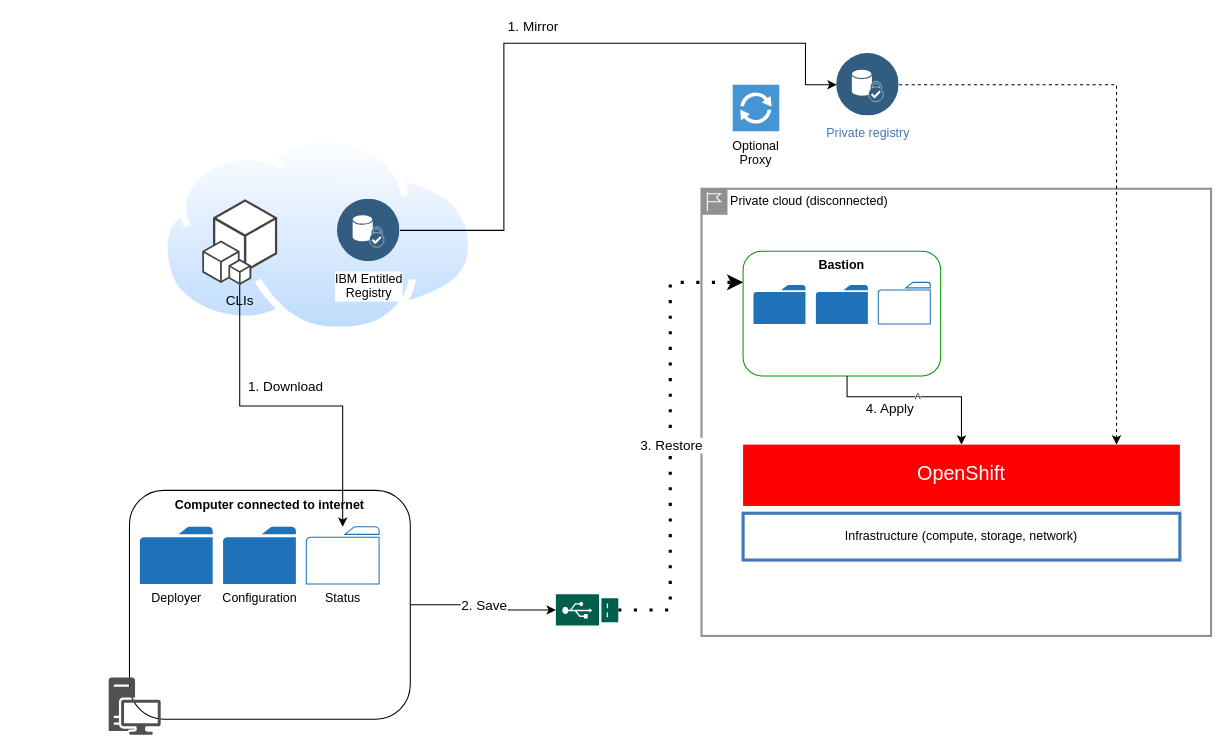
The draw.io diagram page "semi-air-gapped" (2 of 3) of doc/src/pages/advanced/air-gapped-installation/air-gapped-overview.drawio in IBM/cloud-pak-deployer, before the edit. Source tidied: cells renumbered, new cells numbered last; positions are measured from the earlier drawing's top-left corner, leaving out a move shared by most shapes. Both pictures are drawn from the tidied source at 104%, with x=0, y=0 at pixel (108, 43).
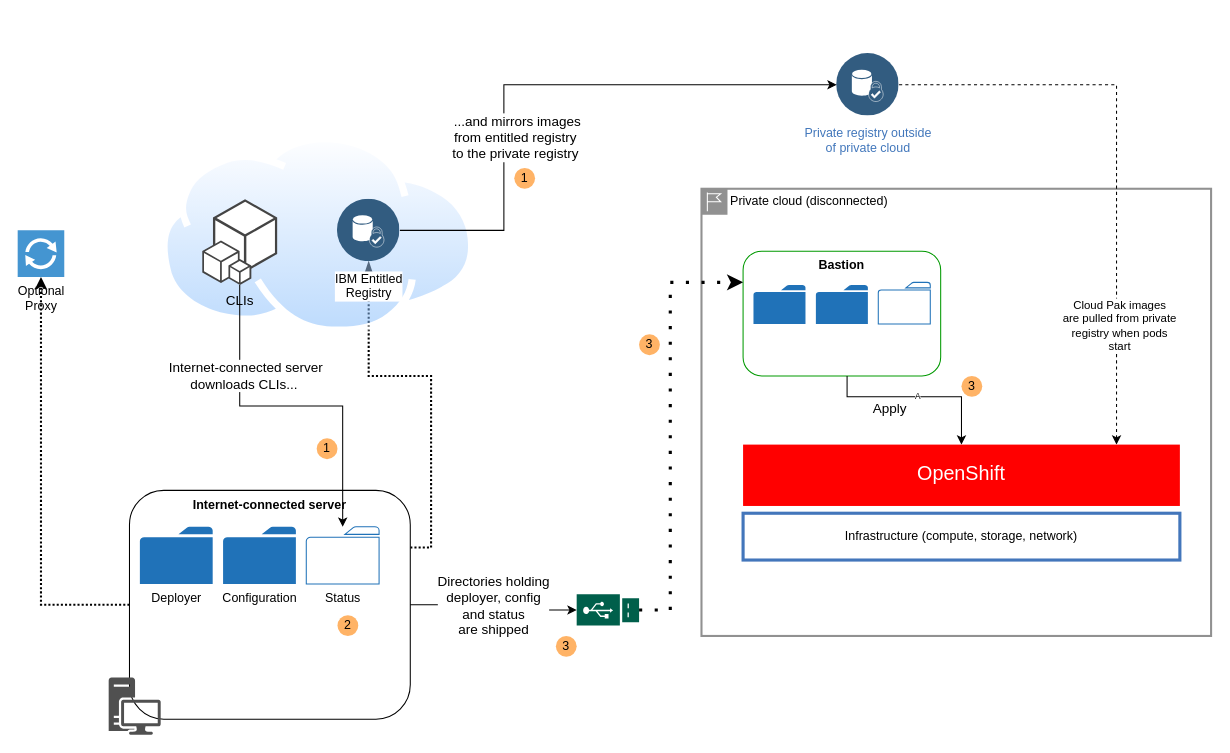
The same diagram, later.

The change refers to these unchanged cells:
```xml
<mxCell id="3" style="edgeStyle=orthogonalEdgeStyle;rounded=0;jettySize=auto;html=1;fontSize=8;dashed=1;exitX=1;exitY=0.5;exitDx=0;exitDy=0;entryX=0.855;entryY=0;entryDx=0;entryDy=0;entryPerimeter=0;" parent="1" edge="1" source="14" target="11">
  <mxGeometry relative="1" as="geometry" />
</mxCell>
<mxCell id="16" value="IBM Entitled&lt;br&gt;Registry" style="perimeter=ellipsePerimeter;align=center;shadow=0;dashed=0;fontColor=default;labelBackgroundColor=none;fontSize=12;spacingTop=3;image;image=img/lib/ibm/data/device_identity_service.svg;rounded=1;strokeColor=#FF0000;fillColor=#99CCFF;html=1;" parent="13" vertex="1">
  <mxGeometry x="220" y="150" width="60" height="60" as="geometry" />
</mxCell>
<mxCell id="24" style="edgeStyle=orthogonalEdgeStyle;rounded=0;jettySize=auto;html=1;fontSize=8;exitX=1;exitY=0.5;exitDx=0;exitDy=0;" parent="17" edge="1" source="18" target="35">
  <mxGeometry relative="1" as="geometry" />
</mxCell>
<mxCell id="26" value="A" style="edgeStyle=orthogonalEdgeStyle;rounded=0;jettySize=auto;html=1;fontSize=8;entryX=0.5;entryY=0;entryDx=0;entryDy=0;" parent="17" edge="1" target="11">
  <mxGeometry relative="1" as="geometry">
    <mxPoint x="710" y="320" as="sourcePoint" />
    <Array as="points">
      <mxPoint x="710" y="340" />
      <mxPoint x="820" y="340" />
    </Array>
  </mxGeometry>
</mxCell>
<mxCell id="31" style="edgeStyle=orthogonalEdgeStyle;rounded=0;jettySize=auto;html=1;fontSize=8;exitX=0.5;exitY=1;exitDx=0;exitDy=0;exitPerimeter=0;" parent="17" edge="1" source="30" target="19">
  <mxGeometry relative="1" as="geometry" />
</mxCell>
<mxCell id="33" style="edgeStyle=orthogonalEdgeStyle;rounded=0;jettySize=auto;html=1;fontSize=8;entryX=0;entryY=0.5;entryDx=0;entryDy=0;dashed=1;dashPattern=1 4;strokeWidth=3;" parent="17" edge="1" source="35">
  <mxGeometry relative="1" as="geometry">
    <mxPoint x="610" y="230" as="targetPoint" />
    <Array as="points">
      <mxPoint x="540" y="545" />
      <mxPoint x="540" y="230" />
    </Array>
  </mxGeometry>
</mxCell>
```

Diff of the diagram source:
```diff
@@
+    <mxCell id="36" value="Cloud Pak images&lt;br&gt;are pulled from private&lt;br&gt;registry when pods&lt;br&gt;start" style="edgeLabel;html=1;align=center;verticalAlign=middle;" parent="3" vertex="1">
+      <mxGeometry x="0.59" y="2" relative="1" as="geometry" />
+    </mxCell>
@@
     <mxCell id="9" value="Optional&lt;br&gt;Proxy" style="shadow=0;dashed=0;html=1;strokeColor=none;fillColor=#4495D1;labelPosition=center;verticalLabelPosition=bottom;verticalAlign=top;align=center;outlineConnect=0;shape=mxgraph.veeam.2d.proxy;" parent="1" vertex="1">
-      <mxGeometry x="600" y="40" width="44.8" height="44.8" as="geometry" />
+      <mxGeometry x="-87.5" y="180" width="44.8" height="44.8" as="geometry" />
     </mxCell>
+    <mxCell id="37" style="edgeStyle=orthogonalEdgeStyle;rounded=0;jettySize=auto;html=1;dashed=1;dashPattern=1 1;strokeWidth=2;exitX=0;exitY=0.5;exitDx=0;exitDy=0;" parent="1" edge="1" source="18" target="9">
+      <mxGeometry relative="1" as="geometry" />
+    </mxCell>
+    <mxCell id="38" style="edgeStyle=orthogonalEdgeStyle;rounded=0;jettySize=auto;html=1;exitX=1;exitY=0.25;exitDx=0;exitDy=0;dashed=1;dashPattern=1 1;startArrow=none;startFill=0;endArrow=blockThin;endFill=1;strokeWidth=2;" parent="1" edge="1" source="18" target="16">
+      <mxGeometry relative="1" as="geometry" />
+    </mxCell>
@@
-    <mxCell id="14" value="Private registry" style="perimeter=ellipsePerimeter;html=1;align=center;shadow=0;dashed=0;fontColor=#4277BB;labelBackgroundColor=#ffffff;fontSize=12;spacingTop=3;image;image=img/lib/ibm/data/device_identity_service.svg;rounded=1;strokeColor=#FF0000;fillColor=#99CCFF;" parent="13" vertex="1">
+    <mxCell id="14" value="Private registry outside&lt;br&gt;of private cloud" style="perimeter=ellipsePerimeter;html=1;align=center;shadow=0;dashed=0;fontColor=#4277BB;labelBackgroundColor=#ffffff;fontSize=12;spacingTop=3;image;image=img/lib/ibm/data/device_identity_service.svg;rounded=1;strokeColor=#FF0000;fillColor=#99CCFF;" parent="13" vertex="1">
       <mxGeometry x="700" y="10" width="60" height="60" as="geometry" />
     </mxCell>
@@
-    <mxCell id="18" value="Computer connected to internet" style="rounded=1;whiteSpace=wrap;html=1;verticalAlign=top;fontStyle=1;" parent="17" vertex="1">
+    <mxCell id="18" value="Internet-connected server" style="rounded=1;whiteSpace=wrap;html=1;verticalAlign=top;fontStyle=1;" parent="17" vertex="1">
       <mxGeometry x="20" y="430" width="270" height="220" as="geometry" />
     </mxCell>
@@
-    <mxCell id="25" value="2. Save" style="edgeLabel;html=1;align=center;verticalAlign=middle;fontSize=13;" parent="24" vertex="1">
+    <mxCell id="25" value="Directories holding&lt;br&gt;deployer, config&lt;br&gt;and status&lt;br&gt;are shipped" style="edgeLabel;html=1;align=center;verticalAlign=middle;fontSize=13;" parent="24" vertex="1">
       <mxGeometry x="-0.04" relative="1" as="geometry" />
     </mxCell>
@@
-    <mxCell id="27" value="4. Apply" style="edgeLabel;html=1;align=center;verticalAlign=middle;fontSize=13;" parent="26" vertex="1">
+    <mxCell id="27" value="Apply" style="edgeLabel;html=1;align=center;verticalAlign=middle;fontSize=13;" parent="26" vertex="1">
       <mxGeometry x="-0.04" relative="1" as="geometry">
         <mxPoint x="-24" y="10" as="offset" />
       </mxGeometry>
     </mxCell>
     <mxCell id="28" style="edgeStyle=orthogonalEdgeStyle;rounded=0;jettySize=auto;html=1;fontSize=8;entryX=0;entryY=0.5;entryDx=0;entryDy=0;exitX=1;exitY=0.5;exitDx=0;exitDy=0;" parent="17" edge="1" source="16" target="14">
       <mxGeometry relative="1" as="geometry">
         <Array as="points">
           <mxPoint x="380" y="180" />
-          <mxPoint x="380" />
-          <mxPoint x="670" />
-          <mxPoint x="670" y="40" />
+          <mxPoint x="380" y="40" />
         </Array>
       </mxGeometry>
     </mxCell>
-    <mxCell id="29" value="1. Mirror" style="edgeLabel;html=1;align=center;verticalAlign=middle;fontSize=13;" parent="28" vertex="1">
+    <mxCell id="29" value="&amp;nbsp;...and mirrors images&lt;br&gt;from entitled registry&lt;br&gt;to the private registry" style="edgeLabel;html=1;align=center;verticalAlign=middle;fontSize=13;" parent="28" vertex="1">
       <mxGeometry x="-0.04" relative="1" as="geometry">
-        <mxPoint y="-17" as="offset" />
+        <mxPoint x="-19" y="50" as="offset" />
       </mxGeometry>
     </mxCell>
@@
-    <mxCell id="32" value="1. Download" style="edgeLabel;html=1;align=center;verticalAlign=middle;fontSize=13;" parent="31" vertex="1">
+    <mxCell id="32" value="&amp;nbsp;Internet-connected server&lt;br&gt;downloads CLIs..." style="edgeLabel;html=1;align=center;verticalAlign=middle;fontSize=13;" parent="31" vertex="1">
       <mxGeometry x="-0.24" y="-2" relative="1" as="geometry">
-        <mxPoint x="34" y="-21" as="offset" />
+        <mxPoint x="-6" y="-31" as="offset" />
       </mxGeometry>
     </mxCell>
@@
-    <mxCell id="34" value="3. Restore" style="edgeLabel;html=1;align=center;verticalAlign=middle;fontSize=13;" parent="33" vertex="1">
-      <mxGeometry x="-0.04" relative="1" as="geometry" />
-    </mxCell>
     <mxCell id="35" style="sketch=0;shadow=0;dashed=0;html=1;strokeColor=none;fillColor=#005F4B;labelPosition=center;verticalLabelPosition=bottom;verticalAlign=top;align=center;outlineConnect=0;shape=mxgraph.veeam2.usb_drive;" parent="17" vertex="1">
-      <mxGeometry x="430" y="530" width="60" height="30" as="geometry" />
+      <mxGeometry x="450" y="530" width="60" height="30" as="geometry" />
     </mxCell>
+    <mxCell id="39" parent="0" />
+    <mxCell id="40" value="2" style="ellipse;whiteSpace=wrap;html=1;fillColor=#FFB366;strokeColor=none;" parent="39" vertex="1">
+      <mxGeometry x="220" y="550" width="20" height="20" as="geometry" />
+    </mxCell>
+    <mxCell id="41" value="1" style="ellipse;whiteSpace=wrap;html=1;fillColor=#FFB366;strokeColor=none;" parent="39" vertex="1">
+      <mxGeometry x="200" y="380" width="20" height="20" as="geometry" />
+    </mxCell>
+    <mxCell id="42" value="1" style="ellipse;whiteSpace=wrap;html=1;fillColor=#FFB366;strokeColor=none;" parent="39" vertex="1">
+      <mxGeometry x="390" y="120" width="20" height="20" as="geometry" />
+    </mxCell>
+    <mxCell id="43" value="3" style="ellipse;whiteSpace=wrap;html=1;fillColor=#FFB366;strokeColor=none;" parent="39" vertex="1">
+      <mxGeometry x="430" y="570" width="20" height="20" as="geometry" />
+    </mxCell>
+    <mxCell id="44" value="3" style="ellipse;whiteSpace=wrap;html=1;fillColor=#FFB366;strokeColor=none;" parent="39" vertex="1">
+      <mxGeometry x="510" y="280" width="20" height="20" as="geometry" />
+    </mxCell>
+    <mxCell id="45" value="3" style="ellipse;whiteSpace=wrap;html=1;fillColor=#FFB366;strokeColor=none;" parent="39" vertex="1">
+      <mxGeometry x="820" y="320" width="20" height="20" as="geometry" />
+    </mxCell>
```
